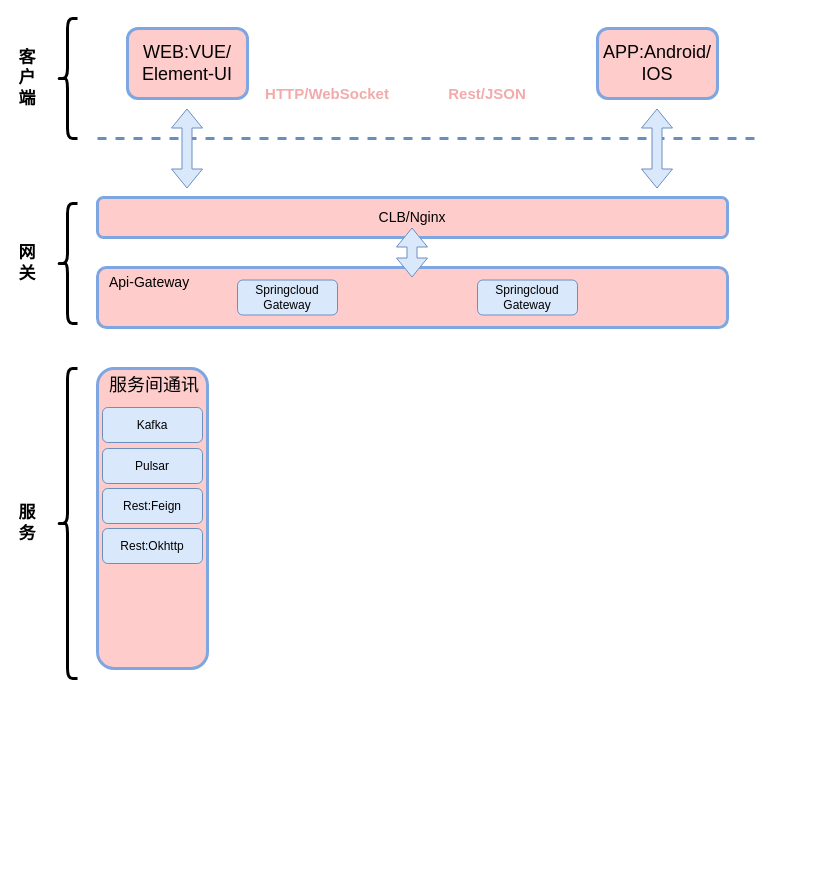
The draw.io diagram images/技术架构.drawio in youngsapling/kappak, before the edit. Source tidied: cells renumbered, new cells numbered last; positions are measured from the earlier drawing's top-left corner, leaving out a move shared by most shapes. Both pictures are drawn from the tidied source at 100%, with x=0, y=0 at pixel (17, 18).
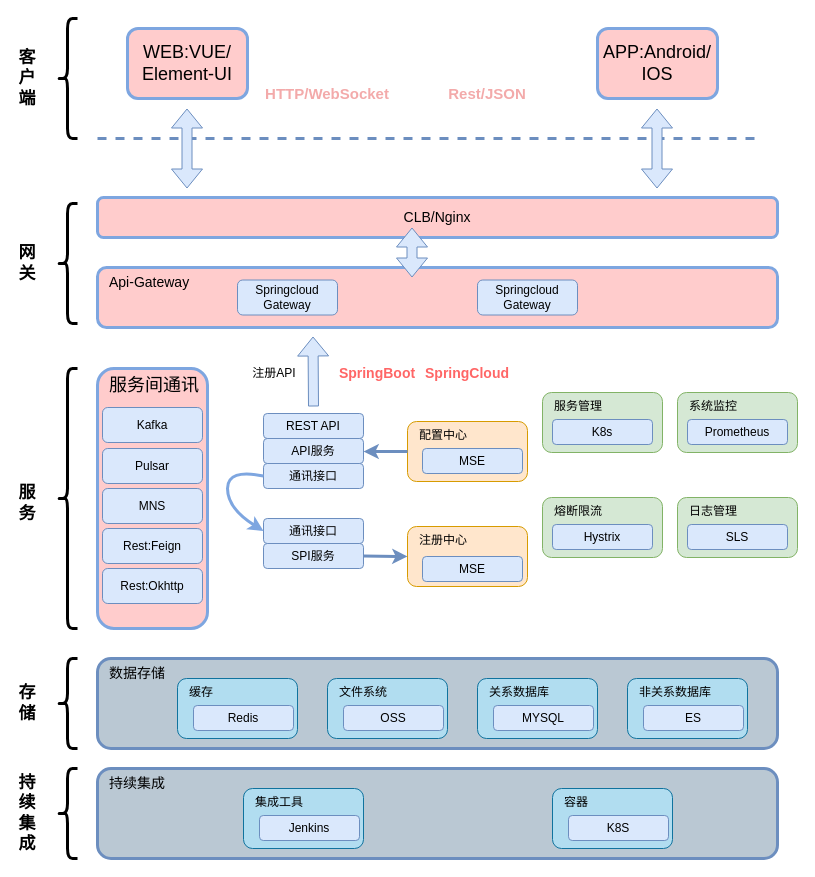
After the change.

Commit message (it also covers changes not shown here):
更新技术架构.drawio

What changed in the source:
```diff
@@
     <mxCell id="13" value="&lt;font style=&quot;font-size: 14px;&quot;&gt;CLB/Nginx&lt;/font&gt;" style="rounded=1;whiteSpace=wrap;html=1;fillColor=#FFCCCC;strokeColor=#7EA6E0;strokeWidth=3;" parent="1" vertex="1">
-      <mxGeometry x="80" y="179" width="630" height="40" as="geometry" />
+      <mxGeometry x="80" y="179" width="680" height="40" as="geometry" />
     </mxCell>
     <mxCell id="14" value="&lt;font style=&quot;font-size: 14px;&quot;&gt;Api-Gateway&lt;/font&gt;" style="rounded=1;whiteSpace=wrap;html=1;fillColor=#FFCCCC;strokeColor=#7EA6E0;strokeWidth=3;align=left;verticalAlign=top;spacingLeft=10;" parent="1" vertex="1">
-      <mxGeometry x="80" y="249" width="630" height="60" as="geometry" />
+      <mxGeometry x="80" y="249" width="680" height="60" as="geometry" />
     </mxCell>
@@
     <mxCell id="18" style="shape=curlyBracket;whiteSpace=wrap;html=1;rounded=1;labelPosition=left;verticalLabelPosition=middle;align=right;verticalAlign=middle;strokeWidth=3;" parent="1" vertex="1">
-      <mxGeometry x="40" y="350" width="20" height="310" as="geometry" />
+      <mxGeometry x="40" y="350" width="20" height="260" as="geometry" />
     </mxCell>
     <mxCell id="19" value="&lt;span style=&quot;font-size: 17px;&quot;&gt;&lt;b&gt;服务&lt;/b&gt;&lt;/span&gt;" style="text;html=1;align=center;verticalAlign=middle;whiteSpace=wrap;rounded=0;" parent="1" vertex="1">
-      <mxGeometry y="490" width="20" height="30" as="geometry" />
+      <mxGeometry y="470" width="20" height="30" as="geometry" />
     </mxCell>
     <mxCell id="20" value="&lt;span style=&quot;font-size: 18px;&quot;&gt;服务间通讯&lt;/span&gt;" style="rounded=1;whiteSpace=wrap;html=1;fillColor=#FFCCCC;strokeColor=#7EA6E0;strokeWidth=3;spacingLeft=10;verticalAlign=top;align=left;" parent="1" vertex="1">
-      <mxGeometry x="80" y="350" width="110" height="300" as="geometry" />
+      <mxGeometry x="80" y="350" width="110" height="260" as="geometry" />
     </mxCell>
@@
     <mxCell id="23" value="Rest:Feign" style="rounded=1;whiteSpace=wrap;html=1;fillColor=#dae8fc;strokeColor=#6c8ebf;" parent="1" vertex="1">
-      <mxGeometry x="85" y="470" width="100" height="35" as="geometry" />
+      <mxGeometry x="85" y="510" width="100" height="35" as="geometry" />
     </mxCell>
     <mxCell id="24" value="Rest:Okhttp" style="rounded=1;whiteSpace=wrap;html=1;fillColor=#dae8fc;strokeColor=#6c8ebf;" parent="1" vertex="1">
-      <mxGeometry x="85" y="510" width="100" height="35" as="geometry" />
+      <mxGeometry x="85" y="550" width="100" height="35" as="geometry" />
     </mxCell>
+    <mxCell id="25" value="MNS" style="rounded=1;whiteSpace=wrap;html=1;fillColor=#dae8fc;strokeColor=#6c8ebf;" parent="1" vertex="1">
+      <mxGeometry x="85" y="470" width="100" height="35" as="geometry" />
+    </mxCell>
+    <mxCell id="26" value="REST API" style="rounded=1;whiteSpace=wrap;html=1;fillColor=#dae8fc;strokeColor=#6c8ebf;" parent="1" vertex="1">
+      <mxGeometry x="246" y="395" width="100" height="25" as="geometry" />
+    </mxCell>
+    <mxCell id="27" value="API服务" style="rounded=1;whiteSpace=wrap;html=1;fillColor=#dae8fc;strokeColor=#6c8ebf;" parent="1" vertex="1">
+      <mxGeometry x="246" y="420" width="100" height="25" as="geometry" />
+    </mxCell>
+    <mxCell id="28" value="通讯接口" style="rounded=1;whiteSpace=wrap;html=1;fillColor=#dae8fc;strokeColor=#6c8ebf;" parent="1" vertex="1">
+      <mxGeometry x="246" y="445" width="100" height="25" as="geometry" />
+    </mxCell>
+    <mxCell id="29" style="shape=flexArrow;endArrow=classic;html=1;rounded=0;fillColor=#dae8fc;strokeColor=#6c8ebf;" parent="1" edge="1">
+      <mxGeometry relative="1" as="geometry">
+        <mxPoint x="296" y="388" as="sourcePoint" />
+        <mxPoint x="295.5" y="318" as="targetPoint" />
+      </mxGeometry>
+    </mxCell>
+    <mxCell id="30" value="注册API" style="text;html=1;align=center;verticalAlign=middle;whiteSpace=wrap;rounded=0;" parent="1" vertex="1">
+      <mxGeometry x="227" y="340" width="60" height="30" as="geometry" />
+    </mxCell>
+    <mxCell id="31" value="通讯接口" style="rounded=1;whiteSpace=wrap;html=1;fillColor=#dae8fc;strokeColor=#6c8ebf;" parent="1" vertex="1">
+      <mxGeometry x="246" y="500" width="100" height="25" as="geometry" />
+    </mxCell>
+    <mxCell id="32" value="SPI服务" style="rounded=1;whiteSpace=wrap;html=1;fillColor=#dae8fc;strokeColor=#6c8ebf;" parent="1" vertex="1">
+      <mxGeometry x="246" y="525" width="100" height="25" as="geometry" />
+    </mxCell>
+    <mxCell id="33" style="curved=1;endArrow=classic;html=1;rounded=0;exitX=0;exitY=0.5;exitDx=0;exitDy=0;entryX=0;entryY=0.5;entryDx=0;entryDy=0;strokeWidth=3;strokeColor=#7EA6E0;" parent="1" edge="1" source="28" target="31">
+      <mxGeometry relative="1" as="geometry">
+        <Array as="points">
+          <mxPoint x="210" y="450" />
+          <mxPoint x="210" y="490" />
+        </Array>
+      </mxGeometry>
+    </mxCell>
+    <mxCell id="34" value="SpringBoot" style="text;html=1;align=center;verticalAlign=middle;whiteSpace=wrap;rounded=0;fontColor=#FF6666;fontStyle=1;fontSize=14;" parent="1" vertex="1">
+      <mxGeometry x="330" y="340" width="60" height="30" as="geometry" />
+    </mxCell>
+    <mxCell id="35" value="SpringCloud" style="text;html=1;align=center;verticalAlign=middle;whiteSpace=wrap;rounded=0;fontColor=#FF6666;fontStyle=1;fontSize=14;" parent="1" vertex="1">
+      <mxGeometry x="420" y="340" width="60" height="30" as="geometry" />
+    </mxCell>
+    <mxCell id="36" value="配置中心" style="rounded=1;whiteSpace=wrap;html=1;fillColor=#ffe6cc;strokeColor=#d79b00;align=left;verticalAlign=top;spacingLeft=10;" parent="1" vertex="1">
+      <mxGeometry x="390" y="403" width="120" height="60" as="geometry" />
+    </mxCell>
+    <mxCell id="37" value="注册中心" style="rounded=1;whiteSpace=wrap;html=1;fillColor=#ffe6cc;strokeColor=#d79b00;align=left;verticalAlign=top;spacingLeft=10;" parent="1" vertex="1">
+      <mxGeometry x="390" y="508" width="120" height="60" as="geometry" />
+    </mxCell>
+    <mxCell id="38" value="MSE" style="rounded=1;whiteSpace=wrap;html=1;fillColor=#dae8fc;strokeColor=#6c8ebf;" parent="1" vertex="1">
+      <mxGeometry x="405" y="430" width="100" height="25" as="geometry" />
+    </mxCell>
+    <mxCell id="39" value="MSE" style="rounded=1;whiteSpace=wrap;html=1;fillColor=#dae8fc;strokeColor=#6c8ebf;" parent="1" vertex="1">
+      <mxGeometry x="405" y="538" width="100" height="25" as="geometry" />
+    </mxCell>
+    <mxCell id="40" style="endArrow=classic;html=1;rounded=0;exitX=0;exitY=0.5;exitDx=0;exitDy=0;strokeColor=#6C8EBF;strokeWidth=3;" parent="1" edge="1" source="36">
+      <mxGeometry relative="1" as="geometry">
+        <mxPoint x="346" y="433" as="targetPoint" />
+      </mxGeometry>
+    </mxCell>
+    <mxCell id="41" style="endArrow=classic;html=1;rounded=0;exitX=1;exitY=0.5;exitDx=0;exitDy=0;entryX=0;entryY=0.5;entryDx=0;entryDy=0;strokeColor=#6C8EBF;strokeWidth=3;" parent="1" edge="1" source="32" target="37">
+      <mxGeometry relative="1" as="geometry" />
+    </mxCell>
+    <mxCell id="42" value="服务管理" style="rounded=1;whiteSpace=wrap;html=1;fillColor=#d5e8d4;strokeColor=#82b366;align=left;verticalAlign=top;spacingLeft=10;" parent="1" vertex="1">
+      <mxGeometry x="525" y="374" width="120" height="60" as="geometry" />
+    </mxCell>
+    <mxCell id="43" value="K8s" style="rounded=1;whiteSpace=wrap;html=1;fillColor=#dae8fc;strokeColor=#6c8ebf;" parent="1" vertex="1">
+      <mxGeometry x="535" y="401" width="100" height="25" as="geometry" />
+    </mxCell>
+    <mxCell id="44" value="系统监控" style="rounded=1;whiteSpace=wrap;html=1;fillColor=#d5e8d4;strokeColor=#82b366;align=left;verticalAlign=top;spacingLeft=10;" parent="1" vertex="1">
+      <mxGeometry x="660" y="374" width="120" height="60" as="geometry" />
+    </mxCell>
+    <mxCell id="45" value="Prometheus" style="rounded=1;whiteSpace=wrap;html=1;fillColor=#dae8fc;strokeColor=#6c8ebf;" parent="1" vertex="1">
+      <mxGeometry x="670" y="401" width="100" height="25" as="geometry" />
+    </mxCell>
+    <mxCell id="46" value="熔断限流" style="rounded=1;whiteSpace=wrap;html=1;fillColor=#d5e8d4;strokeColor=#82b366;align=left;verticalAlign=top;spacingLeft=10;" parent="1" vertex="1">
+      <mxGeometry x="525" y="479" width="120" height="60" as="geometry" />
+    </mxCell>
+    <mxCell id="47" value="Hystrix" style="rounded=1;whiteSpace=wrap;html=1;fillColor=#dae8fc;strokeColor=#6c8ebf;" parent="1" vertex="1">
+      <mxGeometry x="535" y="506" width="100" height="25" as="geometry" />
+    </mxCell>
+    <mxCell id="48" value="日志管理" style="rounded=1;whiteSpace=wrap;html=1;fillColor=#d5e8d4;strokeColor=#82b366;align=left;verticalAlign=top;spacingLeft=10;" parent="1" vertex="1">
+      <mxGeometry x="660" y="479" width="120" height="60" as="geometry" />
+    </mxCell>
+    <mxCell id="49" value="SLS" style="rounded=1;whiteSpace=wrap;html=1;fillColor=#dae8fc;strokeColor=#6c8ebf;" parent="1" vertex="1">
+      <mxGeometry x="670" y="506" width="100" height="25" as="geometry" />
+    </mxCell>
+    <mxCell id="50" style="shape=curlyBracket;whiteSpace=wrap;html=1;rounded=1;labelPosition=left;verticalLabelPosition=middle;align=right;verticalAlign=middle;strokeWidth=3;" parent="1" vertex="1">
+      <mxGeometry x="40" y="640" width="20" height="90" as="geometry" />
+    </mxCell>
+    <mxCell id="51" value="&lt;span style=&quot;font-size: 17px;&quot;&gt;&lt;b&gt;存储&lt;/b&gt;&lt;/span&gt;" style="text;html=1;align=center;verticalAlign=middle;whiteSpace=wrap;rounded=0;" parent="1" vertex="1">
+      <mxGeometry y="670" width="20" height="30" as="geometry" />
+    </mxCell>
+    <mxCell id="52" value="&lt;font style=&quot;font-size: 14px;&quot;&gt;数据存储&lt;/font&gt;" style="rounded=1;whiteSpace=wrap;html=1;fillColor=#bac8d3;strokeColor=#6C8EBF;strokeWidth=3;align=left;verticalAlign=top;spacingLeft=10;" parent="1" vertex="1">
+      <mxGeometry x="80" y="640" width="680" height="90" as="geometry" />
+    </mxCell>
+    <mxCell id="53" style="group;" parent="1" vertex="1">
+      <mxGeometry x="160" y="660" width="120" height="60" as="geometry" />
+    </mxCell>
+    <mxCell id="54" value="缓存" style="rounded=1;whiteSpace=wrap;html=1;fillColor=#b1ddf0;strokeColor=#10739e;verticalAlign=top;align=left;spacingLeft=10;" parent="53" vertex="1">
+      <mxGeometry width="120" height="60" as="geometry" />
+    </mxCell>
+    <mxCell id="55" value="Redis" style="rounded=1;whiteSpace=wrap;html=1;fillColor=#dae8fc;strokeColor=#6c8ebf;" parent="53" vertex="1">
+      <mxGeometry x="16" y="27" width="100" height="25" as="geometry" />
+    </mxCell>
+    <mxCell id="56" style="group;" parent="1" vertex="1">
+      <mxGeometry x="310" y="660" width="120" height="60" as="geometry" />
+    </mxCell>
+    <mxCell id="57" value="文件系统" style="rounded=1;whiteSpace=wrap;html=1;fillColor=#b1ddf0;strokeColor=#10739e;verticalAlign=top;align=left;spacingLeft=10;" parent="56" vertex="1">
+      <mxGeometry width="120" height="60" as="geometry" />
+    </mxCell>
+    <mxCell id="58" value="OSS" style="rounded=1;whiteSpace=wrap;html=1;fillColor=#dae8fc;strokeColor=#6c8ebf;" parent="56" vertex="1">
+      <mxGeometry x="16" y="27" width="100" height="25" as="geometry" />
+    </mxCell>
+    <mxCell id="59" style="group;" parent="1" vertex="1">
+      <mxGeometry x="460" y="660" width="120" height="60" as="geometry" />
+    </mxCell>
+    <mxCell id="60" value="关系数据库" style="rounded=1;whiteSpace=wrap;html=1;fillColor=#b1ddf0;strokeColor=#10739e;verticalAlign=top;align=left;spacingLeft=10;" parent="59" vertex="1">
+      <mxGeometry width="120" height="60" as="geometry" />
+    </mxCell>
+    <mxCell id="61" value="MYSQL" style="rounded=1;whiteSpace=wrap;html=1;fillColor=#dae8fc;strokeColor=#6c8ebf;" parent="59" vertex="1">
+      <mxGeometry x="16" y="27" width="100" height="25" as="geometry" />
+    </mxCell>
+    <mxCell id="62" style="group;" parent="1" vertex="1">
+      <mxGeometry x="610" y="660" width="120" height="60" as="geometry" />
+    </mxCell>
+    <mxCell id="63" value="非关系数据库" style="rounded=1;whiteSpace=wrap;html=1;fillColor=#b1ddf0;strokeColor=#10739e;verticalAlign=top;align=left;spacingLeft=10;" parent="62" vertex="1">
+      <mxGeometry width="120" height="60" as="geometry" />
+    </mxCell>
+    <mxCell id="64" value="ES" style="rounded=1;whiteSpace=wrap;html=1;fillColor=#dae8fc;strokeColor=#6c8ebf;" parent="62" vertex="1">
+      <mxGeometry x="16" y="27" width="100" height="25" as="geometry" />
+    </mxCell>
+    <mxCell id="65" style="shape=curlyBracket;whiteSpace=wrap;html=1;rounded=1;labelPosition=left;verticalLabelPosition=middle;align=right;verticalAlign=middle;strokeWidth=3;" parent="1" vertex="1">
+      <mxGeometry x="40" y="750" width="20" height="90" as="geometry" />
+    </mxCell>
+    <mxCell id="66" value="&lt;span style=&quot;font-size: 17px;&quot;&gt;&lt;b&gt;持续集成&lt;/b&gt;&lt;/span&gt;" style="text;html=1;align=center;verticalAlign=middle;whiteSpace=wrap;rounded=0;" parent="1" vertex="1">
+      <mxGeometry y="780" width="20" height="30" as="geometry" />
+    </mxCell>
+    <mxCell id="67" value="&lt;font style=&quot;font-size: 14px;&quot;&gt;持续集成&lt;/font&gt;" style="rounded=1;whiteSpace=wrap;html=1;fillColor=#bac8d3;strokeColor=#6C8EBF;strokeWidth=3;align=left;verticalAlign=top;spacingLeft=10;" parent="1" vertex="1">
+      <mxGeometry x="80" y="750" width="680" height="90" as="geometry" />
+    </mxCell>
+    <mxCell id="68" style="group;" parent="1" vertex="1">
+      <mxGeometry x="226" y="770" width="120" height="60" as="geometry" />
+    </mxCell>
+    <mxCell id="69" value="集成工具" style="rounded=1;whiteSpace=wrap;html=1;fillColor=#b1ddf0;strokeColor=#10739e;verticalAlign=top;align=left;spacingLeft=10;" parent="68" vertex="1">
+      <mxGeometry width="120" height="60" as="geometry" />
+    </mxCell>
+    <mxCell id="70" value="Jenkins" style="rounded=1;whiteSpace=wrap;html=1;fillColor=#dae8fc;strokeColor=#6c8ebf;" parent="68" vertex="1">
+      <mxGeometry x="16" y="27" width="100" height="25" as="geometry" />
+    </mxCell>
+    <mxCell id="71" style="group;" parent="1" vertex="1">
+      <mxGeometry x="535" y="770" width="120" height="60" as="geometry" />
+    </mxCell>
+    <mxCell id="72" value="容器" style="rounded=1;whiteSpace=wrap;html=1;fillColor=#b1ddf0;strokeColor=#10739e;verticalAlign=top;align=left;spacingLeft=10;" parent="71" vertex="1">
+      <mxGeometry width="120" height="60" as="geometry" />
+    </mxCell>
+    <mxCell id="73" value="K8S" style="rounded=1;whiteSpace=wrap;html=1;fillColor=#dae8fc;strokeColor=#6c8ebf;" parent="71" vertex="1">
+      <mxGeometry x="16" y="27" width="100" height="25" as="geometry" />
+    </mxCell>
```
